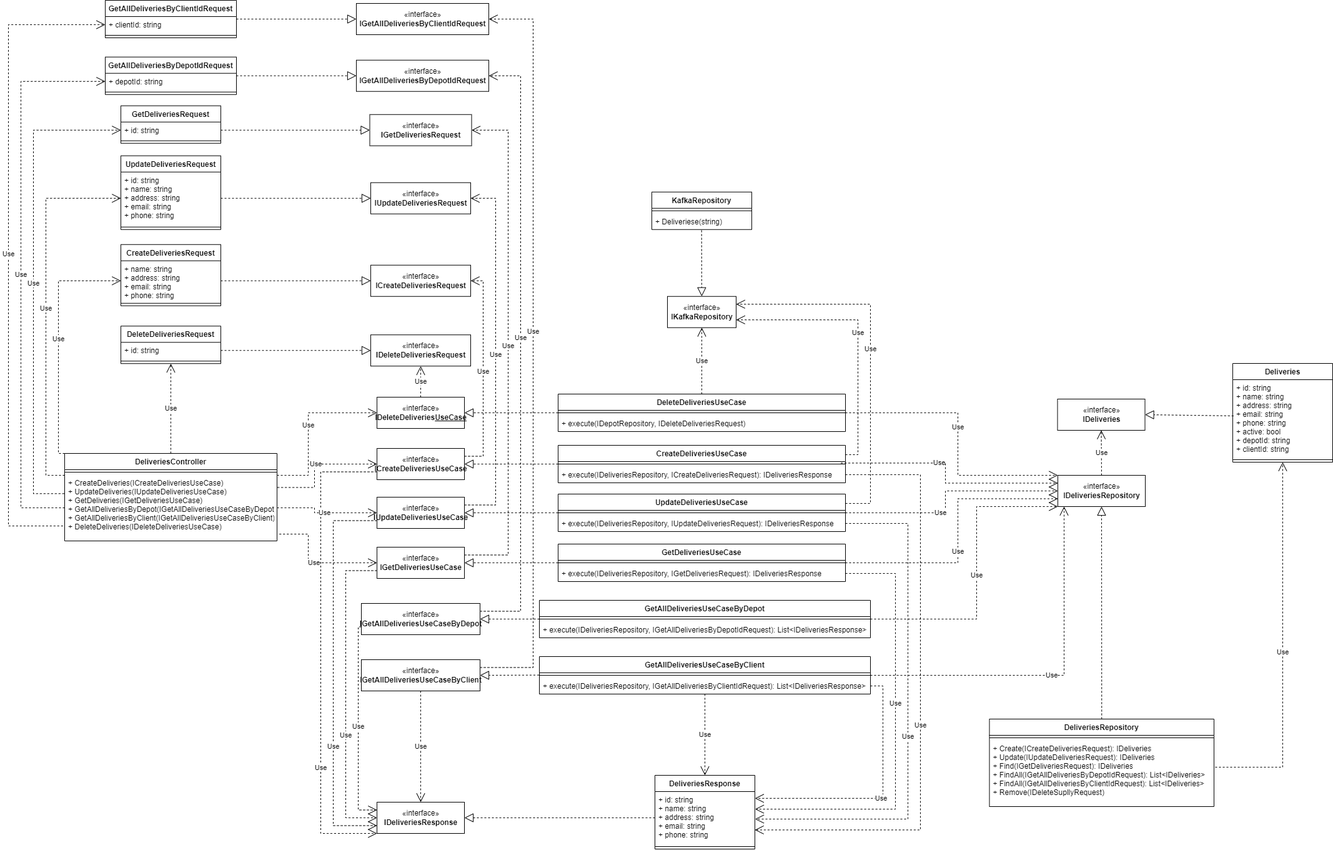
Above: project/diagrams/class-diagrams/deliveries-service/png/deliveries-service.png in bitols/logistics-services-management (draw.io), before the change. Source tidied: cells renumbered, new cells last; positions are measured from the earlier drawing's top-left corner, leaving out a move shared by most shapes.
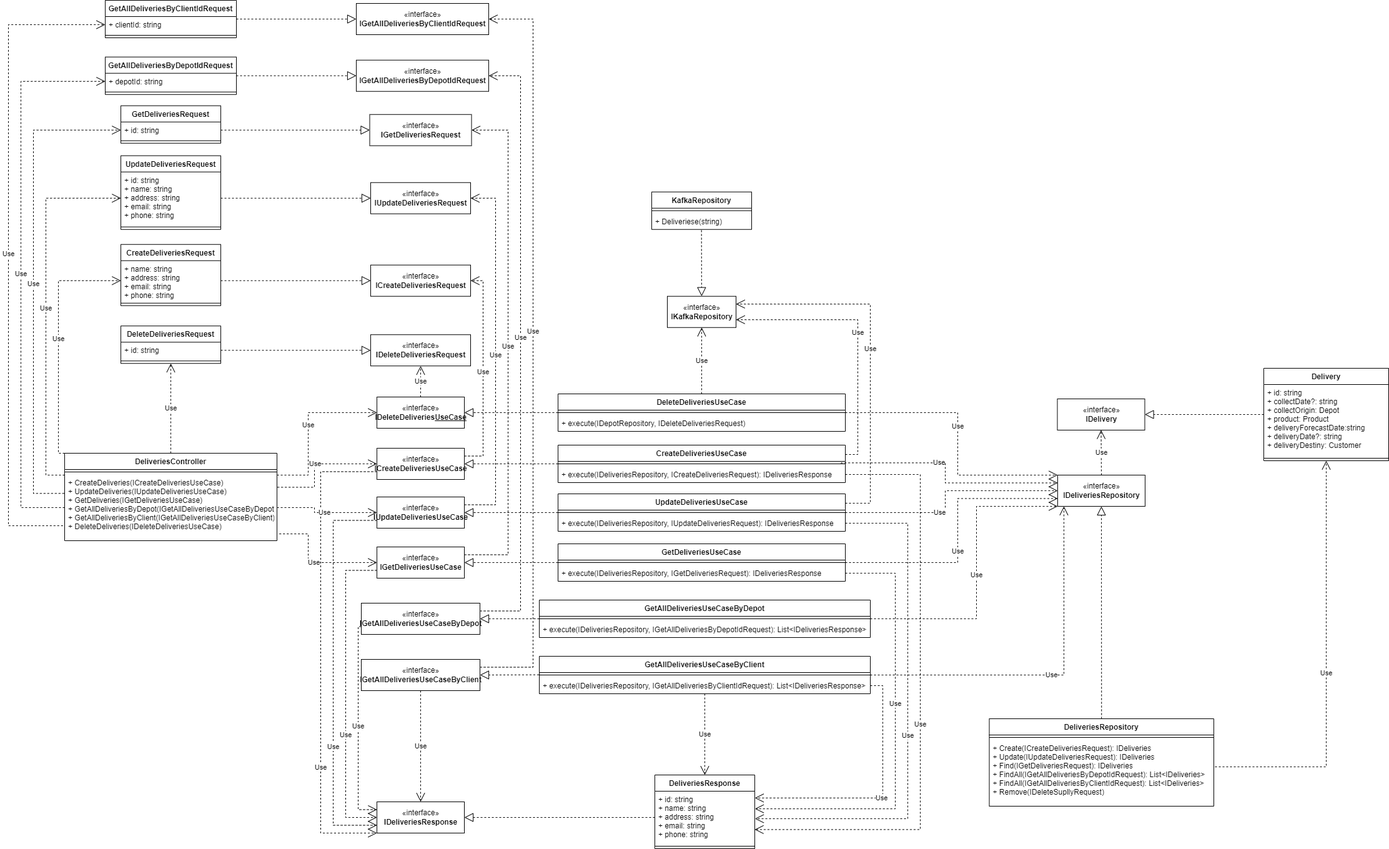
The same diagram one commit later.

Change to the diagram source:
```diff
@@ -362,7 +362,7 @@
     <mxCell id="75" value="«interface»&lt;br&gt;&lt;b&gt;IDeliveriesRepository&lt;/b&gt;" style="html=1;" parent="1" vertex="1">
       <mxGeometry x="1680" y="760" width="140" height="50" as="geometry" />
     </mxCell>
-    <mxCell id="76" value="«interface»&lt;br&gt;&lt;b&gt;IDeliveries&lt;/b&gt;" style="html=1;" parent="1" vertex="1">
+    <mxCell id="76" value="«interface»&lt;br&gt;&lt;b&gt;IDelivery&lt;/b&gt;" style="html=1;" parent="1" vertex="1">
       <mxGeometry x="1679.5" y="638" width="140" height="50" as="geometry" />
     </mxCell>
     <mxCell id="77" value="DeliveriesRepository" style="swimlane;fontStyle=1;align=center;verticalAlign=top;horizontal=1;startSize=26;" parent="1" vertex="1">
@@ -377,16 +377,7 @@
     <mxCell id="80" style="endArrow=block;dashed=1;endFill=0;endSize=12;html=1;rounded=0;entryX=0.5;entryY=1;entryDx=0;entryDy=0;exitX=0.5;exitY=0;exitDx=0;exitDy=0;" parent="1" edge="1" source="77" target="75">
       <mxGeometry relative="1" as="geometry" />
     </mxCell>
-    <mxCell id="81" value="Deliveries" style="swimlane;fontStyle=1;align=center;verticalAlign=top;horizontal=1;startSize=26;" parent="1" vertex="1">
-      <mxGeometry x="1960" y="581" width="160" height="158" as="geometry" />
-    </mxCell>
-    <mxCell id="82" value="+ id: string&#10;+ name: string&#10;+ address: string&#10;+ email: string&#10;+ phone: string&#10;+ active: bool&#10;+ depotId: string&#10;+ clientId: string" style="text;strokeColor=none;fillColor=none;align=left;verticalAlign=top;spacingLeft=4;spacingRight=4;overflow=hidden;points=[[0,0.5],[1,0.5]];portConstraint=eastwest;" parent="81" vertex="1">
-      <mxGeometry y="26" width="160" height="124" as="geometry" />
-    </mxCell>
-    <mxCell id="83" style="line;strokeWidth=1;fillColor=none;align=left;verticalAlign=middle;spacingTop=-1;spacingLeft=3;spacingRight=3;labelPosition=right;" parent="81" vertex="1">
-      <mxGeometry y="150" width="160" height="8" as="geometry" />
-    </mxCell>
-    <mxCell id="84" value="Use" style="endArrow=open;endSize=12;dashed=1;html=1;rounded=0;exitX=1;exitY=0.5;exitDx=0;exitDy=0;edgeStyle=elbowEdgeStyle;elbow=vertical;entryX=0.5;entryY=1;entryDx=0;entryDy=0;" parent="1" edge="1" source="79" target="81">
+    <mxCell id="84" value="Use" style="endArrow=open;endSize=12;dashed=1;html=1;rounded=0;exitX=1;exitY=0.5;exitDx=0;exitDy=0;edgeStyle=elbowEdgeStyle;elbow=vertical;" parent="1" edge="1" source="79" target="124">
       <mxGeometry relative="1" as="geometry">
         <Array as="points">
           <mxPoint x="1980" y="1227" />
@@ -394,7 +385,7 @@
         </Array>
       </mxGeometry>
     </mxCell>
-    <mxCell id="85" style="endArrow=block;dashed=1;endFill=0;endSize=12;html=1;rounded=0;elbow=vertical;entryX=1;entryY=0.5;entryDx=0;entryDy=0;exitX=0.008;exitY=0.467;exitDx=0;exitDy=0;exitPerimeter=0;" parent="1" edge="1" source="82" target="76">
+    <mxCell id="85" style="endArrow=block;dashed=1;endFill=0;endSize=12;html=1;rounded=0;elbow=vertical;entryX=1;entryY=0.5;entryDx=0;entryDy=0;" parent="1" edge="1" source="124" target="76">
       <mxGeometry relative="1" as="geometry" />
     </mxCell>
     <mxCell id="86" value="«interface»&lt;br&gt;&lt;b&gt;IKafkaRepository&lt;/b&gt;" style="html=1;" parent="1" vertex="1">
@@ -556,5 +547,14 @@
     <mxCell id="123" value="Use" style="endArrow=open;endSize=12;dashed=1;html=1;rounded=0;exitX=0.5;exitY=1;exitDx=0;exitDy=0;entryX=0.5;entryY=0;entryDx=0;entryDy=0;" parent="1" edge="1" source="109" target="3">
       <mxGeometry relative="1" as="geometry" />
     </mxCell>
+    <mxCell id="124" value="Delivery" style="swimlane;fontStyle=1;align=center;verticalAlign=top;horizontal=1;startSize=26;" parent="1" vertex="1">
+      <mxGeometry x="2010" y="589" width="200" height="148" as="geometry" />
+    </mxCell>
+    <mxCell id="125" value="+ id: string&#10;+ collectDate?: string&#10;+ collectOrigin: Depot&#10;+ product: Product&#10;+ deliveryForecastDate:string&#10;+ deliveryDate?: string&#10;+ deliveryDestiny: Customer&#10;" style="text;strokeColor=none;fillColor=none;align=left;verticalAlign=top;spacingLeft=4;spacingRight=4;overflow=hidden;" parent="124" vertex="1">
+      <mxGeometry y="26" width="200" height="114" as="geometry" />
+    </mxCell>
+    <mxCell id="126" style="line;strokeWidth=1;fillColor=none;align=left;verticalAlign=middle;spacingTop=-1;spacingLeft=3;spacingRight=3;labelPosition=right;" parent="124" vertex="1">
+      <mxGeometry y="140" width="200" height="8" as="geometry" />
+    </mxCell>
   </root>
 </mxGraphModel>
```
